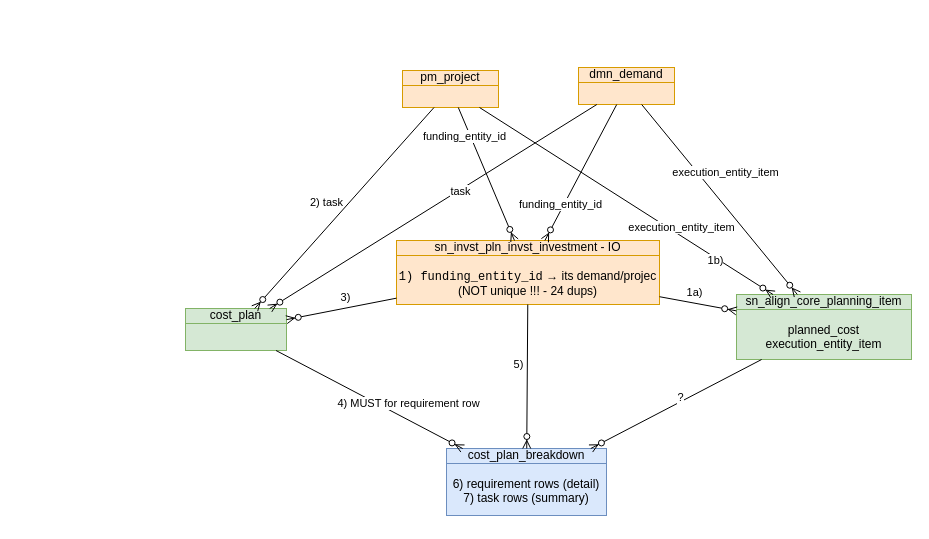
Above: page "investment" (4 of 12) of Wac.drawio in algimas/tmp (draw.io), before the change. Source tidied: cells renumbered, new cells numbered last; positions are measured from the earlier drawing's top-left corner, leaving out a move shared by most shapes. Both pictures are drawn from the tidied source at 100%, with x=0, y=0 at pixel (185, 67).
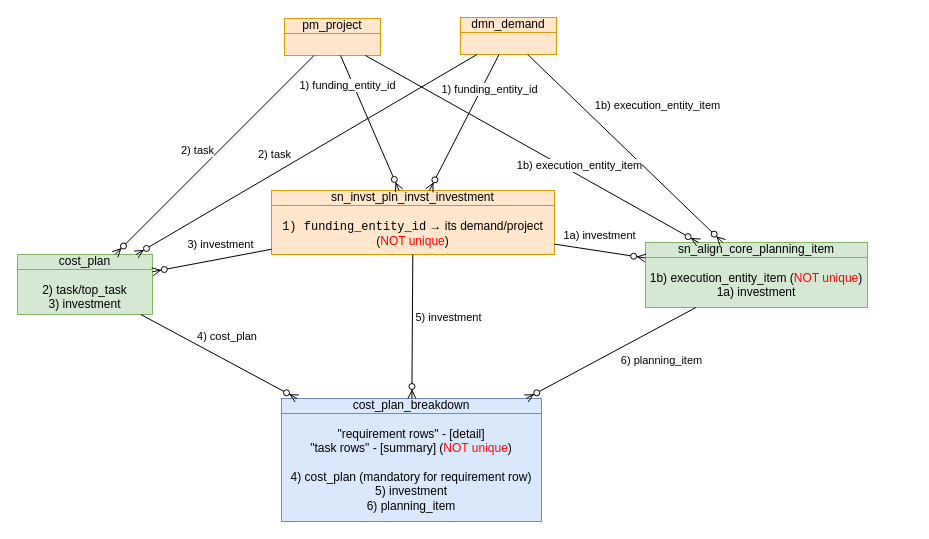
The same diagram, later.

The change refers to these unchanged cells:
```xml
<mxCell id="5" style="fontSize=12;html=1;endArrow=ERzeroToMany;endFill=1;rounded=0;fontStyle=0;" parent="1" edge="1" source="3" target="4">
  <mxGeometry relative="1" as="geometry" />
</mxCell>
<mxCell id="8" style="fontSize=12;html=1;endArrow=ERzeroToMany;endFill=1;rounded=0;fontStyle=0;" parent="1" edge="1" source="7" target="4">
  <mxGeometry relative="1" as="geometry" />
</mxCell>
<mxCell id="10" style="fontSize=12;html=1;endArrow=ERzeroToMany;endFill=1;rounded=0;fontStyle=0;" parent="1" edge="1" source="7" target="3">
  <mxGeometry relative="1" as="geometry" />
</mxCell>
<mxCell id="16" style="fontSize=12;html=1;endArrow=ERzeroToMany;endFill=1;rounded=0;fontStyle=0;" parent="1" edge="1" source="15" target="3">
  <mxGeometry relative="1" as="geometry" />
</mxCell>
<mxCell id="18" style="fontSize=12;html=1;endArrow=ERzeroToMany;endFill=1;rounded=0;fontStyle=0;" parent="1" edge="1" source="7" target="12">
  <mxGeometry relative="1" as="geometry" />
</mxCell>
<mxCell id="20" style="fontSize=12;html=1;endArrow=ERzeroToMany;endFill=1;rounded=0;fontStyle=0;" parent="1" edge="1" source="2" target="7">
  <mxGeometry relative="1" as="geometry" />
</mxCell>
<mxCell id="22" style="fontSize=12;html=1;endArrow=ERzeroToMany;endFill=1;rounded=0;fontStyle=0;" parent="1" edge="1" source="15" target="7">
  <mxGeometry relative="1" as="geometry" />
</mxCell>
<mxCell id="24" style="fontSize=12;html=1;endArrow=ERzeroToMany;endFill=1;rounded=0;fontStyle=0;" parent="1" edge="1" source="15" target="12">
  <mxGeometry relative="1" as="geometry" />
</mxCell>
<mxCell id="26" style="fontSize=12;html=1;endArrow=ERzeroToMany;endFill=1;rounded=0;fontStyle=0;" parent="1" edge="1" source="2" target="12">
  <mxGeometry relative="1" as="geometry" />
</mxCell>
<mxCell id="29" style="fontSize=12;html=1;endArrow=ERzeroToMany;endFill=1;rounded=0;fontStyle=0;" parent="1" edge="1" source="12" target="4">
  <mxGeometry relative="1" as="geometry" />
</mxCell>
```

What changed in the source:
```diff
@@
     <mxCell id="2" value="pm_project" style="html=1;outlineConnect=0;whiteSpace=wrap;fillColor=#ffe6cc;shape=mxgraph.archimate3.businessObject;overflow=fill;strokeColor=#d79b00;fontStyle=0;fontSize=12;shadow=0;" parent="1" vertex="1">
-      <mxGeometry x="217" y="3" width="96" height="37" as="geometry" />
+      <mxGeometry x="99" y="-49" width="96" height="37" as="geometry" />
     </mxCell>
-    <mxCell id="3" value="cost_plan" style="html=1;outlineConnect=0;whiteSpace=wrap;fillColor=#d5e8d4;shape=mxgraph.archimate3.businessObject;overflow=fill;strokeColor=#82b366;fontStyle=0;shadow=0;fontSize=12;" parent="1" vertex="1">
-      <mxGeometry y="241" width="101" height="42" as="geometry" />
+    <mxCell id="3" value="cost_plan&lt;div&gt;&lt;br&gt;&lt;/div&gt;&lt;div&gt;2) task/top_task&lt;/div&gt;&lt;div&gt;&lt;span style=&quot;white-space: normal;&quot;&gt;3) investment&lt;/span&gt;&lt;/div&gt;" style="html=1;outlineConnect=0;whiteSpace=wrap;fillColor=#d5e8d4;shape=mxgraph.archimate3.businessObject;overflow=fill;strokeColor=#82b366;fontStyle=0;shadow=0;fontSize=12;" parent="1" vertex="1">
+      <mxGeometry x="-168" y="187" width="135" height="60" as="geometry" />
     </mxCell>
-    <mxCell id="4" value="cost_plan_breakdown&lt;div&gt;&lt;br&gt;&lt;/div&gt;&lt;div&gt;6) requirement rows (detail)&lt;/div&gt;&lt;div&gt;7) task rows (summary)&lt;/div&gt;" style="html=1;outlineConnect=0;whiteSpace=wrap;fillColor=#dae8fc;shape=mxgraph.archimate3.businessObject;overflow=fill;strokeColor=#6c8ebf;shadow=0;fontStyle=0;fontSize=12;" parent="1" vertex="1">
-      <mxGeometry x="261" y="381" width="160" height="67" as="geometry" />
+    <mxCell id="4" value="cost_plan_breakdown&lt;div&gt;&lt;br&gt;&lt;/div&gt;&lt;div&gt;&lt;div&gt;&quot;requirement rows&quot; - [detail]&lt;/div&gt;&lt;div&gt;&quot;task rows&quot; - [summary] &lt;span style=&quot;background-color: transparent; color: light-dark(rgb(0, 0, 0), rgb(255, 255, 255));&quot;&gt;(&lt;/span&gt;&lt;span style=&quot;background-color: transparent; color: light-dark(rgb(255, 0, 0), rgb(255, 255, 255));&quot;&gt;NOT unique&lt;/span&gt;&lt;span style=&quot;background-color: transparent; color: light-dark(rgb(0, 0, 0), rgb(255, 255, 255));&quot;&gt;)&lt;/span&gt;&lt;/div&gt;&lt;/div&gt;&lt;div&gt;&lt;br&gt;&lt;/div&gt;&lt;div&gt;&lt;span style=&quot;color: light-dark(rgb(0, 0, 0), rgb(255, 255, 255)); background-color: transparent;&quot;&gt;4) cost_plan&amp;nbsp;&lt;/span&gt;&lt;span style=&quot;background-color: transparent;&quot;&gt;(mandatory for requirement row)&lt;/span&gt;&lt;/div&gt;&lt;div&gt;&lt;span style=&quot;color: light-dark(rgb(0, 0, 0), rgb(255, 255, 255)); background-color: transparent;&quot;&gt;5) investment&lt;/span&gt;&lt;/div&gt;&lt;div&gt;&lt;span style=&quot;color: light-dark(rgb(0, 0, 0), rgb(255, 255, 255)); background-color: transparent;&quot;&gt;6) &lt;/span&gt;&lt;span style=&quot;background-color: transparent;&quot;&gt;planning_item&lt;/span&gt;&lt;/div&gt;&lt;div&gt;&lt;br&gt;&lt;/div&gt;" style="html=1;outlineConnect=0;whiteSpace=wrap;fillColor=#dae8fc;shape=mxgraph.archimate3.businessObject;overflow=fill;strokeColor=#6c8ebf;shadow=0;fontStyle=0;fontSize=12;" parent="1" vertex="1">
+      <mxGeometry x="96" y="331" width="260" height="123" as="geometry" />
     </mxCell>
@@
-    <mxCell id="6" value="4) MUST for requirement row" style="edgeLabel;html=1;align=center;verticalAlign=middle;" parent="5" vertex="1">
+    <mxCell id="6" value="4) cost_plan&amp;nbsp;" style="edgeLabel;html=1;align=center;verticalAlign=middle;" parent="5" vertex="1">
       <mxGeometry x="0.04" y="-1" relative="1" as="geometry">
-        <mxPoint x="35" as="offset" />
+        <mxPoint x="7" y="-23" as="offset" />
       </mxGeometry>
     </mxCell>
-    <mxCell id="7" value="sn_invst_pln_invst_investment - IO&lt;div&gt;&lt;br&gt;&lt;/div&gt;&lt;div&gt;&lt;code class=&quot;bg-text-200/5 border border-0.5 border-border-300 text-danger-000 whitespace-pre-wrap rounded-[0.4rem] px-1 py-px text-[0.9rem]&quot;&gt;1) funding_entity_id&lt;/code&gt; → its demand/projec&lt;/div&gt;&lt;div&gt;(NOT unique !!! - 24 dups)&lt;/div&gt;" style="html=1;outlineConnect=0;whiteSpace=wrap;fillColor=#ffe6cc;shape=mxgraph.archimate3.businessObject;overflow=fill;strokeColor=#d79b00;shadow=0;fontStyle=0;fontSize=12;" parent="1" vertex="1">
-      <mxGeometry x="211" y="173" width="263" height="64" as="geometry" />
+    <mxCell id="7" value="sn_invst_pln_invst_investment&lt;div&gt;&lt;br&gt;&lt;/div&gt;&lt;div&gt;&lt;code class=&quot;bg-text-200/5 border border-0.5 border-border-300 text-danger-000 whitespace-pre-wrap rounded-[0.4rem] px-1 py-px text-[0.9rem]&quot;&gt;1) funding_entity_id&lt;/code&gt; → its demand/project&lt;/div&gt;&lt;div&gt;(&lt;span style=&quot;color: rgb(255, 0, 0);&quot;&gt;NOT unique&lt;/span&gt;)&lt;/div&gt;" style="html=1;outlineConnect=0;whiteSpace=wrap;fillColor=#ffe6cc;shape=mxgraph.archimate3.businessObject;overflow=fill;strokeColor=#d79b00;shadow=0;fontStyle=0;fontSize=12;" parent="1" vertex="1">
+      <mxGeometry x="86" y="123" width="283" height="64" as="geometry" />
     </mxCell>
@@
-    <mxCell id="9" value="5)" style="edgeLabel;html=1;align=center;verticalAlign=middle;" parent="8" vertex="1">
+    <mxCell id="9" value="5) investment" style="edgeLabel;html=1;align=center;verticalAlign=middle;" parent="8" vertex="1">
       <mxGeometry x="-0.16" y="1" relative="1" as="geometry">
-        <mxPoint x="-10" y="-1" as="offset" />
+        <mxPoint x="35" y="2" as="offset" />
       </mxGeometry>
     </mxCell>
@@
-    <mxCell id="11" value="3)" style="edgeLabel;html=1;align=center;verticalAlign=middle;" parent="10" vertex="1">
+    <mxCell id="11" value="3)&amp;nbsp;&lt;span style=&quot;white-space-collapse: collapse;&quot;&gt;investment&lt;/span&gt;" style="edgeLabel;html=1;align=center;verticalAlign=middle;" parent="10" vertex="1">
       <mxGeometry x="-0.31" y="-2" relative="1" as="geometry">
-        <mxPoint x="-13" y="-7" as="offset" />
+        <mxPoint x="-10" y="-11" as="offset" />
       </mxGeometry>
     </mxCell>
-    <mxCell id="12" value="sn_align_core_planning_item&lt;div&gt;&lt;br&gt;&lt;/div&gt;&lt;div&gt;planned_cost&lt;/div&gt;&lt;div&gt;execution_entity_item&lt;/div&gt;" style="html=1;outlineConnect=0;whiteSpace=wrap;fillColor=#d5e8d4;shape=mxgraph.archimate3.businessObject;overflow=fill;strokeColor=#82b366;shadow=0;fontStyle=0;fontSize=12;" parent="1" vertex="1">
-      <mxGeometry x="551" y="227" width="175" height="65" as="geometry" />
+    <mxCell id="12" value="sn_align_core_planning_item&lt;div&gt;&lt;br&gt;&lt;/div&gt;&lt;div&gt;&lt;span style=&quot;background-color: transparent; color: light-dark(rgb(0, 0, 0), rgb(255, 255, 255));&quot;&gt;1b) execution_entity_item (&lt;/span&gt;&lt;span style=&quot;background-color: transparent; color: rgb(255, 0, 0);&quot;&gt;NOT unique&lt;/span&gt;&lt;span style=&quot;background-color: transparent; color: light-dark(rgb(0, 0, 0), rgb(255, 255, 255));&quot;&gt;)&lt;/span&gt;&lt;/div&gt;&lt;div&gt;&lt;span style=&quot;background-color: transparent;&quot;&gt;1a) investment&lt;/span&gt;&lt;/div&gt;" style="html=1;outlineConnect=0;whiteSpace=wrap;fillColor=#d5e8d4;shape=mxgraph.archimate3.businessObject;overflow=fill;strokeColor=#82b366;shadow=0;fontStyle=0;fontSize=12;" parent="1" vertex="1">
+      <mxGeometry x="460" y="175" width="222" height="65" as="geometry" />
     </mxCell>
@@
     <mxCell id="15" value="dmn_demand" style="html=1;outlineConnect=0;whiteSpace=wrap;fillColor=#ffe6cc;shape=mxgraph.archimate3.businessObject;overflow=fill;strokeColor=#d79b00;fontStyle=0;fontSize=12;shadow=0;" parent="1" vertex="1">
-      <mxGeometry x="393" width="96" height="37" as="geometry" />
+      <mxGeometry x="275" y="-50" width="96" height="37" as="geometry" />
     </mxCell>
@@
-    <mxCell id="17" value="task" style="edgeLabel;html=1;align=center;verticalAlign=middle;" parent="16" vertex="1">
-      <mxGeometry x="-0.16" y="1" relative="1" as="geometry" />
+    <mxCell id="17" value="2) task" style="edgeLabel;html=1;align=center;verticalAlign=middle;" parent="16" vertex="1">
+      <mxGeometry x="-0.16" y="1" relative="1" as="geometry">
+        <mxPoint x="-60" y="15" as="offset" />
+      </mxGeometry>
     </mxCell>
@@
-    <mxCell id="19" value="1a)" style="edgeLabel;html=1;align=center;verticalAlign=middle;" parent="18" vertex="1">
+    <mxCell id="19" value="1a) investment" style="edgeLabel;html=1;align=center;verticalAlign=middle;" parent="18" vertex="1">
       <mxGeometry x="-0.14" y="3" relative="1" as="geometry">
-        <mxPoint x="1" y="-8" as="offset" />
+        <mxPoint x="5" y="-12" as="offset" />
       </mxGeometry>
     </mxCell>
@@
-    <mxCell id="21" value="funding_entity_id" style="edgeLabel;html=1;align=center;verticalAlign=middle;" parent="20" vertex="1">
+    <mxCell id="21" value="1) funding_entity_id" style="edgeLabel;html=1;align=center;verticalAlign=middle;" parent="20" vertex="1">
       <mxGeometry x="-0.26" relative="1" as="geometry">
         <mxPoint x="-15" y="-20" as="offset" />
       </mxGeometry>
     </mxCell>
@@
-    <mxCell id="23" value="funding_entity_id" style="edgeLabel;html=1;align=center;verticalAlign=middle;" parent="22" vertex="1">
+    <mxCell id="23" value="1) funding_entity_id" style="edgeLabel;html=1;align=center;verticalAlign=middle;" parent="22" vertex="1">
       <mxGeometry x="-0.13" y="1" relative="1" as="geometry">
-        <mxPoint x="-26" y="40" as="offset" />
+        <mxPoint x="19" y="-25" as="offset" />
       </mxGeometry>
     </mxCell>
@@
-    <mxCell id="25" value="execution_entity_item" style="edgeLabel;html=1;align=center;verticalAlign=middle;" parent="24" vertex="1">
+    <mxCell id="25" value="1b) execution_entity_item" style="edgeLabel;html=1;align=center;verticalAlign=middle;" parent="24" vertex="1">
       <mxGeometry x="-0.16" y="1" relative="1" as="geometry">
-        <mxPoint x="17" y="-12" as="offset" />
+        <mxPoint x="47" y="-28" as="offset" />
       </mxGeometry>
     </mxCell>
@@
-    <mxCell id="27" value="execution_entity_item" style="edgeLabel;html=1;align=center;verticalAlign=middle;" parent="26" vertex="1">
-      <mxGeometry x="-0.16" y="1" relative="1" as="geometry">
-        <mxPoint x="78" y="42" as="offset" />
-      </mxGeometry>
-    </mxCell>
-    <mxCell id="28" value="1b)" style="edgeLabel;html=1;align=center;verticalAlign=middle;" parent="26" vertex="1">
+    <mxCell id="28" value="1b) execution_entity_item" style="edgeLabel;html=1;align=center;verticalAlign=middle;" parent="26" vertex="1">
       <mxGeometry x="0.61" y="-1" relative="1" as="geometry">
-        <mxPoint y="1" as="offset" />
+        <mxPoint x="-55" y="-42" as="offset" />
       </mxGeometry>
     </mxCell>
@@
-    <mxCell id="30" value="?" style="edgeLabel;html=1;align=center;verticalAlign=middle;" parent="29" vertex="1">
+    <mxCell id="30" value="6)&amp;nbsp;planning_item" style="edgeLabel;html=1;align=center;verticalAlign=middle;" parent="29" vertex="1">
       <mxGeometry x="-0.16" y="1" relative="1" as="geometry">
-        <mxPoint x="-10" y="-1" as="offset" />
+        <mxPoint x="36" y="13" as="offset" />
       </mxGeometry>
     </mxCell>
```
